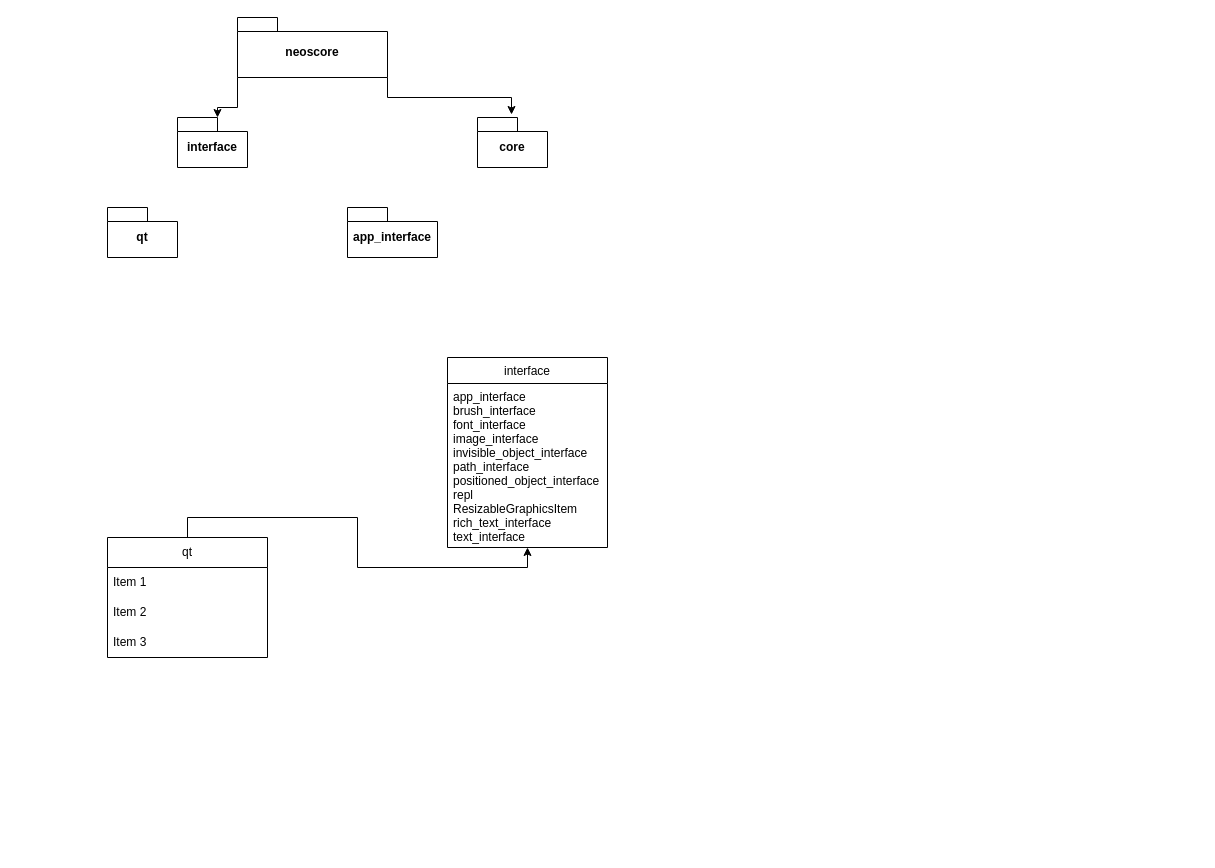
Earlier version of the draw.io diagram vs.drawio (emaverick2001/VisualScore). Source tidied: cells renumbered, new cells numbered last; positions are measured from the earlier drawing's top-left corner, leaving out a move shared by most shapes. Both pictures are drawn from the tidied source at 100%, with x=0, y=0 at pixel (107, 17).
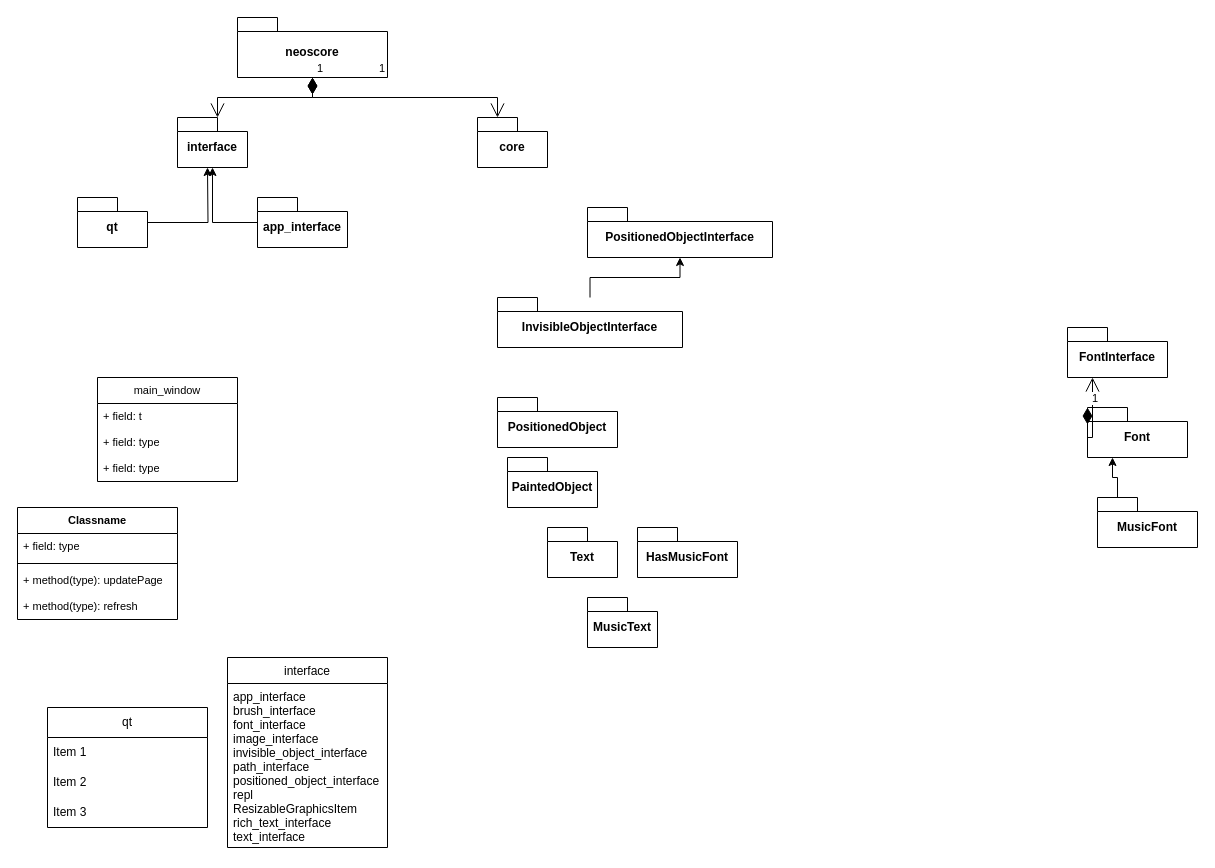
The same page after the edit.

The change refers to these unchanged cells:
```xml
<mxCell id="9" value="neoscore" style="shape=folder;fontStyle=1;spacingTop=10;tabWidth=40;tabHeight=14;tabPosition=left;html=1;whiteSpace=wrap;" parent="1" vertex="1">
  <mxGeometry x="130" width="150" height="60" as="geometry" />
</mxCell>
<mxCell id="10" value="interface" style="shape=folder;fontStyle=1;spacingTop=10;tabWidth=40;tabHeight=14;tabPosition=left;html=1;whiteSpace=wrap;" parent="1" vertex="1">
  <mxGeometry x="70" y="100" width="70" height="50" as="geometry" />
</mxCell>
<mxCell id="12" value="core" style="shape=folder;fontStyle=1;spacingTop=10;tabWidth=40;tabHeight=14;tabPosition=left;html=1;whiteSpace=wrap;" parent="1" vertex="1">
  <mxGeometry x="370" y="100" width="70" height="50" as="geometry" />
</mxCell>
```

Diff of the diagram source:
```diff
@@
     <mxCell id="2" value="interface" style="swimlane;fontStyle=0;align=center;verticalAlign=top;horizontal=1;startSize=26;rounded=0;shadow=0;strokeWidth=1;" parent="1" vertex="1">
-      <mxGeometry x="340" y="340" width="160" height="190" as="geometry" />
+      <mxGeometry x="120" y="640" width="160" height="190" as="geometry" />
     </mxCell>
@@
-    <mxCell id="4" style="edgeStyle=orthogonalEdgeStyle;rounded=0;jettySize=auto;html=1;exitX=0.5;exitY=0;exitDx=0;exitDy=0;entryX=0.5;entryY=1;entryDx=0;entryDy=0;" parent="1" edge="1" source="5" target="2">
-      <mxGeometry relative="1" as="geometry" />
-    </mxCell>
     <mxCell id="5" value="qt" style="swimlane;fontStyle=0;horizontal=1;startSize=30;whiteSpace=wrap;html=1;" parent="1" vertex="1">
-      <mxGeometry y="520" width="160" height="120" as="geometry" />
+      <mxGeometry x="-60" y="690" width="160" height="120" as="geometry" />
     </mxCell>
@@
-    <mxCell id="11" style="edgeStyle=orthogonalEdgeStyle;rounded=0;jettySize=auto;html=1;exitX=0;exitY=0;exitDx=0;exitDy=60;exitPerimeter=0;entryX=0;entryY=0;entryDx=40;entryDy=0;entryPerimeter=0;" parent="1" edge="1" source="9" target="10">
-      <mxGeometry relative="1" as="geometry">
-        <Array as="points">
-          <mxPoint x="130" y="90" />
-          <mxPoint x="110" y="90" />
-        </Array>
-      </mxGeometry>
-    </mxCell>
@@
     <mxCell id="13" value="app_interface" style="shape=folder;fontStyle=1;spacingTop=10;tabWidth=40;tabHeight=14;tabPosition=left;html=1;whiteSpace=wrap;" parent="1" vertex="1">
-      <mxGeometry x="240" y="190" width="90" height="50" as="geometry" />
+      <mxGeometry x="150" y="180" width="90" height="50" as="geometry" />
     </mxCell>
+    <mxCell id="16" style="edgeStyle=orthogonalEdgeStyle;rounded=0;jettySize=auto;html=1;" parent="1" edge="1" source="14">
+      <mxGeometry relative="1" as="geometry">
+        <mxPoint x="100" y="150" as="targetPoint" />
+      </mxGeometry>
+    </mxCell>
     <mxCell id="14" value="qt" style="shape=folder;fontStyle=1;spacingTop=10;tabWidth=40;tabHeight=14;tabPosition=left;html=1;whiteSpace=wrap;" parent="1" vertex="1">
-      <mxGeometry y="190" width="70" height="50" as="geometry" />
+      <mxGeometry x="-30" y="180" width="70" height="50" as="geometry" />
     </mxCell>
+    <mxCell id="17" style="edgeStyle=orthogonalEdgeStyle;rounded=0;jettySize=auto;html=1;entryX=0.5;entryY=1;entryDx=0;entryDy=0;entryPerimeter=0;" parent="1" edge="1" source="13" target="10">
+      <mxGeometry relative="1" as="geometry" />
+    </mxCell>
+    <mxCell id="18" value="MusicText" style="shape=folder;fontStyle=1;spacingTop=10;tabWidth=40;tabHeight=14;tabPosition=left;html=1;whiteSpace=wrap;" parent="1" vertex="1">
+      <mxGeometry x="480" y="580" width="70" height="50" as="geometry" />
+    </mxCell>
+    <mxCell id="19" value="Text" style="shape=folder;fontStyle=1;spacingTop=10;tabWidth=40;tabHeight=14;tabPosition=left;html=1;whiteSpace=wrap;" parent="1" vertex="1">
+      <mxGeometry x="440" y="510" width="70" height="50" as="geometry" />
+    </mxCell>
+    <mxCell id="20" value="HasMusicFont" style="shape=folder;fontStyle=1;spacingTop=10;tabWidth=40;tabHeight=14;tabPosition=left;html=1;whiteSpace=wrap;" parent="1" vertex="1">
+      <mxGeometry x="530" y="510" width="100" height="50" as="geometry" />
+    </mxCell>
+    <mxCell id="21" value="PaintedObject" style="shape=folder;fontStyle=1;spacingTop=10;tabWidth=40;tabHeight=14;tabPosition=left;html=1;whiteSpace=wrap;" parent="1" vertex="1">
+      <mxGeometry x="400" y="440" width="90" height="50" as="geometry" />
+    </mxCell>
+    <mxCell id="11" value="1" style="endArrow=open;html=1;endSize=12;startArrow=diamondThin;startSize=14;startFill=1;edgeStyle=orthogonalEdgeStyle;align=left;verticalAlign=bottom;rounded=0;entryX=0;entryY=0;entryDx=40;entryDy=0;entryPerimeter=0;" parent="1" edge="1" source="9" target="10">
+      <mxGeometry x="-1" y="3" relative="1" as="geometry" />
+    </mxCell>
-    <mxCell id="15" style="edgeStyle=orthogonalEdgeStyle;rounded=0;jettySize=auto;html=1;exitX=0;exitY=0;exitDx=150;exitDy=60;exitPerimeter=0;entryX=0.486;entryY=-0.06;entryDx=0;entryDy=0;entryPerimeter=0;" parent="1" edge="1" source="9" target="12">
-      <mxGeometry relative="1" as="geometry" />
+    <mxCell id="15" value="1" style="endArrow=open;html=1;endSize=12;startArrow=diamondThin;startSize=14;startFill=1;edgeStyle=orthogonalEdgeStyle;align=left;verticalAlign=bottom;rounded=0;entryX=0;entryY=0;entryDx=20;entryDy=0;entryPerimeter=0;exitX=0.5;exitY=1;exitDx=0;exitDy=0;exitPerimeter=0;" parent="1" edge="1" source="9" target="12">
+      <mxGeometry x="-1" y="65" relative="1" as="geometry" />
     </mxCell>
+    <mxCell id="22" value="PositionedObject" style="shape=folder;fontStyle=1;spacingTop=10;tabWidth=40;tabHeight=14;tabPosition=left;html=1;whiteSpace=wrap;" parent="1" vertex="1">
+      <mxGeometry x="390" y="380" width="120" height="50" as="geometry" />
+    </mxCell>
+    <mxCell id="23" value="PositionedObjectInterface" style="shape=folder;fontStyle=1;spacingTop=10;tabWidth=40;tabHeight=14;tabPosition=left;html=1;whiteSpace=wrap;" parent="1" vertex="1">
+      <mxGeometry x="480" y="190" width="185" height="50" as="geometry" />
+    </mxCell>
+    <mxCell id="24" value="InvisibleObjectInterface" style="shape=folder;fontStyle=1;spacingTop=10;tabWidth=40;tabHeight=14;tabPosition=left;html=1;whiteSpace=wrap;" parent="1" vertex="1">
+      <mxGeometry x="390" y="280" width="185" height="50" as="geometry" />
+    </mxCell>
+    <mxCell id="25" style="edgeStyle=orthogonalEdgeStyle;rounded=0;jettySize=auto;html=1;entryX=0.5;entryY=1;entryDx=0;entryDy=0;entryPerimeter=0;" parent="1" edge="1" source="24" target="23">
+      <mxGeometry relative="1" as="geometry" />
+    </mxCell>
+    <mxCell id="26" style="edgeStyle=orthogonalEdgeStyle;rounded=0;jettySize=auto;html=1;exitX=0;exitY=0;exitDx=20;exitDy=0;exitPerimeter=0;entryX=0.25;entryY=1;entryDx=0;entryDy=0;entryPerimeter=0;" parent="1" edge="1" source="27" target="28">
+      <mxGeometry relative="1" as="geometry" />
+    </mxCell>
+    <mxCell id="27" value="MusicFont" style="shape=folder;fontStyle=1;spacingTop=10;tabWidth=40;tabHeight=14;tabPosition=left;html=1;whiteSpace=wrap;" parent="1" vertex="1">
+      <mxGeometry x="990" y="480" width="100" height="50" as="geometry" />
+    </mxCell>
+    <mxCell id="28" value="Font" style="shape=folder;fontStyle=1;spacingTop=10;tabWidth=40;tabHeight=14;tabPosition=left;html=1;whiteSpace=wrap;" parent="1" vertex="1">
+      <mxGeometry x="980" y="390" width="100" height="50" as="geometry" />
+    </mxCell>
+    <mxCell id="29" value="FontInterface" style="shape=folder;fontStyle=1;spacingTop=10;tabWidth=40;tabHeight=14;tabPosition=left;html=1;whiteSpace=wrap;" parent="1" vertex="1">
+      <mxGeometry x="960" y="310" width="100" height="50" as="geometry" />
+    </mxCell>
+    <mxCell id="30" value="1" style="endArrow=open;html=1;endSize=12;startArrow=diamondThin;startSize=14;startFill=1;edgeStyle=orthogonalEdgeStyle;align=left;verticalAlign=bottom;rounded=0;entryX=0.25;entryY=1;entryDx=0;entryDy=0;entryPerimeter=0;exitX=0;exitY=0;exitDx=0;exitDy=0;exitPerimeter=0;" parent="1" edge="1" source="28" target="29">
+      <mxGeometry x="-1" y="3" relative="1" as="geometry">
+        <Array as="points">
+          <mxPoint x="985" y="420" />
+        </Array>
+      </mxGeometry>
+    </mxCell>
+    <mxCell id="31" value="main_window" style="swimlane;fontStyle=0;horizontal=1;startSize=26;fillColor=none;whiteSpace=wrap;html=1;fontFamily=Helvetica;fontSize=11;fontColor=default;labelBackgroundColor=default;" parent="1" vertex="1">
+      <mxGeometry x="-10" y="360" width="140" height="104" as="geometry" />
+    </mxCell>
+    <mxCell id="32" value="+ field: t" style="text;strokeColor=none;fillColor=none;align=left;verticalAlign=top;spacingLeft=4;spacingRight=4;overflow=hidden;whiteSpace=wrap;html=1;fontFamily=Helvetica;fontSize=11;fontColor=default;labelBackgroundColor=default;" parent="31" vertex="1">
+      <mxGeometry y="26" width="140" height="26" as="geometry" />
+    </mxCell>
+    <mxCell id="33" value="+ field: type" style="text;strokeColor=none;fillColor=none;align=left;verticalAlign=top;spacingLeft=4;spacingRight=4;overflow=hidden;whiteSpace=wrap;html=1;fontFamily=Helvetica;fontSize=11;fontColor=default;labelBackgroundColor=default;" parent="31" vertex="1">
+      <mxGeometry y="52" width="140" height="26" as="geometry" />
+    </mxCell>
+    <mxCell id="34" value="+ field: type" style="text;strokeColor=none;fillColor=none;align=left;verticalAlign=top;spacingLeft=4;spacingRight=4;overflow=hidden;whiteSpace=wrap;html=1;fontFamily=Helvetica;fontSize=11;fontColor=default;labelBackgroundColor=default;" parent="31" vertex="1">
+      <mxGeometry y="78" width="140" height="26" as="geometry" />
+    </mxCell>
+    <mxCell id="35" value="Classname" style="swimlane;fontStyle=1;align=center;verticalAlign=top;horizontal=1;startSize=26;whiteSpace=wrap;html=1;fontFamily=Helvetica;fontSize=11;fontColor=default;labelBackgroundColor=default;" parent="1" vertex="1">
+      <mxGeometry x="-90" y="490" width="160" height="112" as="geometry" />
+    </mxCell>
+    <mxCell id="36" value="+ field: type" style="text;strokeColor=none;fillColor=none;align=left;verticalAlign=top;spacingLeft=4;spacingRight=4;overflow=hidden;whiteSpace=wrap;html=1;fontFamily=Helvetica;fontSize=11;fontColor=default;labelBackgroundColor=default;" parent="35" vertex="1">
+      <mxGeometry y="26" width="160" height="26" as="geometry" />
+    </mxCell>
+    <mxCell id="37" style="line;strokeWidth=1;fillColor=none;align=left;verticalAlign=middle;spacingTop=-1;spacingLeft=3;spacingRight=3;labelPosition=right;strokeColor=inherit;fontFamily=Helvetica;fontSize=11;fontColor=default;labelBackgroundColor=default;" parent="35" vertex="1">
+      <mxGeometry y="52" width="160" height="8" as="geometry" />
+    </mxCell>
+    <mxCell id="38" value="+ method(type): updatePage" style="text;strokeColor=none;fillColor=none;align=left;verticalAlign=top;spacingLeft=4;spacingRight=4;overflow=hidden;whiteSpace=wrap;html=1;fontFamily=Helvetica;fontSize=11;fontColor=default;labelBackgroundColor=default;" parent="35" vertex="1">
+      <mxGeometry y="60" width="160" height="26" as="geometry" />
+    </mxCell>
+    <mxCell id="39" value="+ method(type): refresh" style="text;strokeColor=none;fillColor=none;align=left;verticalAlign=top;spacingLeft=4;spacingRight=4;overflow=hidden;whiteSpace=wrap;html=1;fontFamily=Helvetica;fontSize=11;fontColor=default;labelBackgroundColor=default;" parent="35" vertex="1">
+      <mxGeometry y="86" width="160" height="26" as="geometry" />
+    </mxCell>
```
